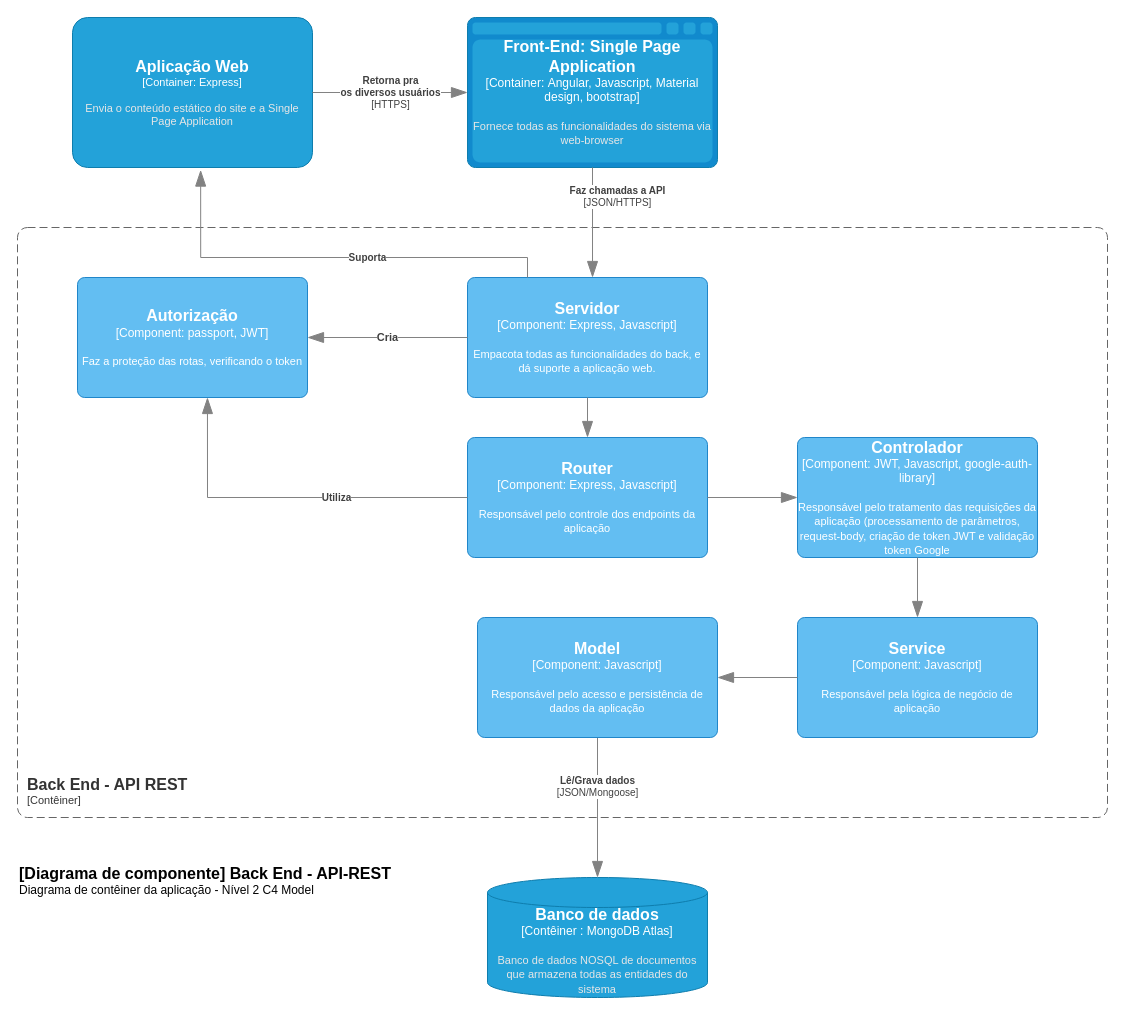
Before: page "Nível 3 - Componente Back End - API REST" (4 of 4) of projeto/documentacao/C4Model.drawio in adjamirgalvao/pucminas, a draw.io diagram. Source tidied: cells renumbered, new cells numbered last; positions are measured from the earlier drawing's top-left corner, leaving out a move shared by most shapes. Both pictures are drawn from the tidied source at 100%, with x=0, y=0 at pixel (17, 17).
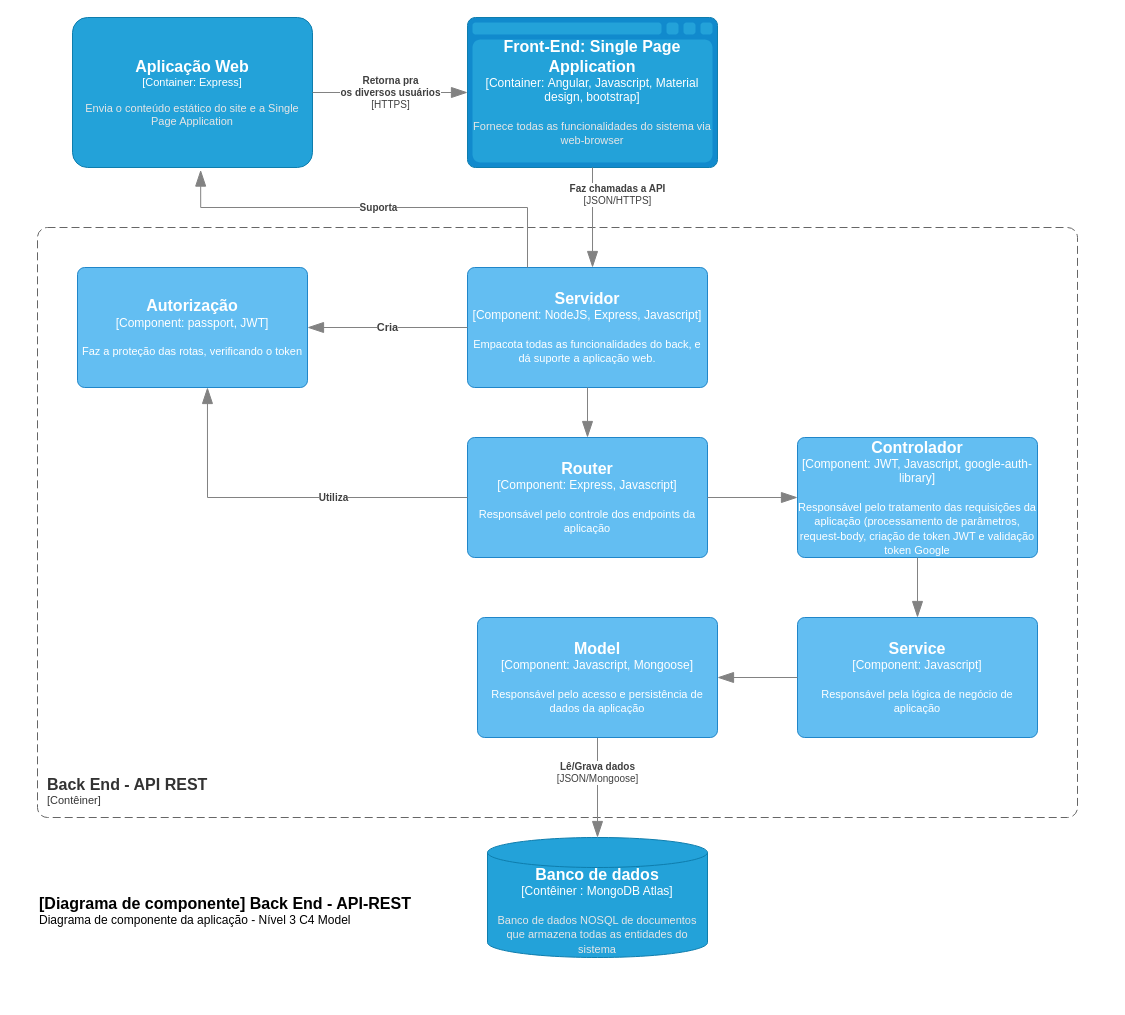
Above is the later version.

The change refers to these unchanged cells:
```xml
<object id="10" label="&lt;font style=&quot;font-size: 16px&quot;&gt;&lt;b&gt;%c4Name%&lt;/b&gt;&lt;/font&gt;&lt;div&gt;[%c4Type%: %c4Technology%]&lt;/div&gt;&lt;br&gt;&lt;div&gt;&lt;font style=&quot;font-size: 11px&quot;&gt;&lt;font color=&quot;#E6E6E6&quot;&gt;%c4Description%&lt;/font&gt;&lt;/div&gt;" c4Description="Envia o conteúdo estático do site e a Single Page Application" c4Name="Aplicação Web" c4Technology="Express" c4Type="Container" placeholders="1">
  <mxCell style="rounded=1;whiteSpace=wrap;html=1;fontSize=11;labelBackgroundColor=none;fillColor=#23A2D9;fontColor=#ffffff;align=center;arcSize=10;strokeColor=#0E7DAD;points=[[0.25,0,0],[0.5,0,0],[0.75,0,0],[1,0.25,0],[1,0.5,0],[1,0.75,0],[0.75,1,0],[0.5,1,0],[0.25,1,0],[0,0.75,0],[0,0.5,0],[0,0.25,0]];" parent="1" vertex="1">
    <mxGeometry x="55" width="240" height="150" as="geometry" />
  </mxCell>
</object>
```

Diff of the diagram source:
```diff
@@
-    <object id="2" label="&lt;font style=&quot;font-size: 16px&quot;&gt;&lt;b&gt;&lt;div style=&quot;text-align: left&quot;&gt;%c4Name%&lt;/div&gt;&lt;/b&gt;&lt;/font&gt;&lt;div style=&quot;text-align: left&quot;&gt;%c4Description%&lt;/div&gt;" c4Description="Diagrama de contêiner da aplicação - Nível 2 C4 Model" c4Name="[Diagrama de componente] Back End - API-REST" placeholders="1">
+    <object id="2" label="&lt;font style=&quot;font-size: 16px&quot;&gt;&lt;b&gt;&lt;div style=&quot;text-align: left&quot;&gt;%c4Name%&lt;/div&gt;&lt;/b&gt;&lt;/font&gt;&lt;div style=&quot;text-align: left&quot;&gt;%c4Description%&lt;/div&gt;" c4Description="Diagrama de componente da aplicação - Nível 3 C4 Model" c4Name="[Diagrama de componente] Back End - API-REST" placeholders="1">
       <mxCell style="text;html=1;strokeColor=none;fillColor=none;align=left;verticalAlign=top;whiteSpace=wrap;rounded=0;" parent="1" vertex="1">
-        <mxGeometry y="840" width="390" height="40" as="geometry" />
+        <mxGeometry x="20" y="870" width="390" height="40" as="geometry" />
       </mxCell>
     </object>
     <object id="3" label="&lt;font style=&quot;font-size: 16px&quot;&gt;&lt;b&gt;&lt;div style=&quot;text-align: left&quot;&gt;%c4Name%&lt;/div&gt;&lt;/b&gt;&lt;/font&gt;&lt;div style=&quot;text-align: left&quot;&gt;[%c4Application%]&lt;/div&gt;" c4Application="Contêiner" c4Name="Back End - API REST" placeholders="1">
       <mxCell style="rounded=1;fontSize=11;whiteSpace=wrap;html=1;dashed=1;arcSize=20;fillColor=none;strokeColor=#666666;fontColor=#333333;labelBackgroundColor=none;align=left;verticalAlign=bottom;labelBorderColor=none;spacingTop=0;spacing=10;dashPattern=8 4;perimeter=rectanglePerimeter;noLabel=0;labelPadding=0;absoluteArcSize=1;" parent="1" vertex="1">
-        <mxGeometry y="210" width="1090" height="590" as="geometry" />
+        <mxGeometry x="20" y="210" width="1040" height="590" as="geometry" />
       </mxCell>
     </object>
     <object id="4" label="&lt;font style=&quot;font-size: 16px&quot;&gt;&lt;b&gt;%c4Type%&lt;/b&gt;&lt;/font&gt;&lt;div&gt;[%c4Container%:&amp;nbsp;%c4Technology%]&lt;/div&gt;&lt;br&gt;&lt;div&gt;&lt;font style=&quot;font-size: 11px&quot;&gt;&lt;font color=&quot;#E6E6E6&quot;&gt;%c4Description%&lt;/font&gt;&lt;/div&gt;" c4Container="Contêiner " c4Description="Banco de dados NOSQL de documentos que armazena todas as entidades do sistema" c4Technology="MongoDB Atlas" c4Type="Banco de dados" placeholders="1">
       <mxCell style="shape=cylinder3;size=15;whiteSpace=wrap;html=1;boundedLbl=1;rounded=0;labelBackgroundColor=none;fillColor=#23A2D9;fontSize=12;fontColor=#ffffff;align=center;strokeColor=#0E7DAD;points=[[0.5,0,0],[1,0.25,0],[1,0.5,0],[1,0.75,0],[0.5,1,0],[0,0.75,0],[0,0.5,0],[0,0.25,0]];" parent="1" vertex="1">
-        <mxGeometry x="470" y="860" width="220" height="120" as="geometry" />
+        <mxGeometry x="470" y="820" width="220" height="120" as="geometry" />
       </mxCell>
     </object>
@@
-    <object id="8" label="&lt;font style=&quot;font-size: 16px&quot;&gt;&lt;b&gt;%c4Name%&lt;/b&gt;&lt;/font&gt;&lt;div&gt;[%c4Type%: %c4Technology%]&lt;/div&gt;&lt;br&gt;&lt;div&gt;&lt;font style=&quot;font-size: 11px&quot;&gt;%c4Description%&lt;/font&gt;&lt;/div&gt;" c4Description="Empacota todas as funcionalidades do back, e dá suporte a aplicação web." c4Name="Servidor" c4Technology="Express, Javascript" c4Type="Component" placeholders="1">
+    <object id="8" label="&lt;font style=&quot;font-size: 16px&quot;&gt;&lt;b&gt;%c4Name%&lt;/b&gt;&lt;/font&gt;&lt;div&gt;[%c4Type%: %c4Technology%]&lt;/div&gt;&lt;br&gt;&lt;div&gt;&lt;font style=&quot;font-size: 11px&quot;&gt;%c4Description%&lt;/font&gt;&lt;/div&gt;" c4Description="Empacota todas as funcionalidades do back, e dá suporte a aplicação web." c4Name="Servidor" c4Technology="NodeJS, Express, Javascript" c4Type="Component" placeholders="1">
       <mxCell style="rounded=1;whiteSpace=wrap;html=1;labelBackgroundColor=none;fillColor=#63BEF2;fontColor=#ffffff;align=center;arcSize=6;strokeColor=#2086C9;points=[[0.25,0,0],[0.5,0,0],[0.75,0,0],[1,0.25,0],[1,0.5,0],[1,0.75,0],[0.75,1,0],[0.5,1,0],[0.25,1,0],[0,0.75,0],[0,0.5,0],[0,0.25,0]];" parent="1" vertex="1">
-        <mxGeometry x="450" y="260" width="240" height="120" as="geometry" />
+        <mxGeometry x="450" y="250" width="240" height="120" as="geometry" />
       </mxCell>
     </object>
     <object id="9" label="&lt;font style=&quot;font-size: 16px&quot;&gt;&lt;b&gt;%c4Name%&lt;/b&gt;&lt;/font&gt;&lt;div&gt;[%c4Type%: %c4Technology%]&lt;/div&gt;&lt;br&gt;&lt;div&gt;&lt;font style=&quot;font-size: 11px&quot;&gt;%c4Description%&lt;/font&gt;&lt;/div&gt;" c4Description="Faz a proteção das rotas, verificando o token" c4Name="Autorização" c4Technology="passport, JWT" c4Type="Component" placeholders="1">
       <mxCell style="rounded=1;whiteSpace=wrap;html=1;labelBackgroundColor=none;fillColor=#63BEF2;fontColor=#ffffff;align=center;arcSize=6;strokeColor=#2086C9;points=[[0.25,0,0],[0.5,0,0],[0.75,0,0],[1,0.25,0],[1,0.5,0],[1,0.75,0],[0.75,1,0],[0.5,1,0],[0.25,1,0],[0,0.75,0],[0,0.5,0],[0,0.25,0]];" parent="1" vertex="1">
-        <mxGeometry x="60" y="260" width="230" height="120" as="geometry" />
+        <mxGeometry x="60" y="250" width="230" height="120" as="geometry" />
       </mxCell>
     </object>
@@
     <object id="16" label="&lt;div style=&quot;text-align: left&quot;&gt;&lt;div style=&quot;text-align: center&quot;&gt;&lt;b&gt;%c4Description%&lt;/b&gt;&lt;/div&gt;" c4Description="Suporta" placeholders="1">
       <mxCell style="endArrow=blockThin;html=1;fontSize=10;fontColor=#404040;strokeWidth=1;endFill=1;strokeColor=#828282;elbow=vertical;endSize=14;startSize=14;jumpStyle=arc;jumpSize=16;rounded=0;edgeStyle=orthogonalEdgeStyle;entryX=0.534;entryY=1.017;entryDx=0;entryDy=0;entryPerimeter=0;exitX=0.25;exitY=0;exitDx=0;exitDy=0;exitPerimeter=0;" parent="1" edge="1" source="8" target="10">
-        <mxGeometry x="-0.17" relative="1" as="geometry">
+        <mxGeometry x="-0.01" relative="1" as="geometry">
           <Array as="points">
-            <mxPoint x="510" y="240" />
-            <mxPoint x="183" y="240" />
+            <mxPoint x="510" y="190" />
+            <mxPoint x="183" y="190" />
           </Array>
+          <mxPoint x="1" as="offset" />
         </mxGeometry>
       </mxCell>
     </object>
@@
-    <object id="21" label="&lt;font style=&quot;font-size: 16px&quot;&gt;&lt;b&gt;%c4Name%&lt;/b&gt;&lt;/font&gt;&lt;div&gt;[%c4Type%: %c4Technology%]&lt;/div&gt;&lt;br&gt;&lt;div&gt;&lt;font style=&quot;font-size: 11px&quot;&gt;%c4Description%&lt;/font&gt;&lt;/div&gt;" c4Description="Responsável pelo acesso e persistência de dados da aplicação" c4Name="Model" c4Technology="Javascript" c4Type="Component" placeholders="1">
+    <object id="21" label="&lt;font style=&quot;font-size: 16px&quot;&gt;&lt;b&gt;%c4Name%&lt;/b&gt;&lt;/font&gt;&lt;div&gt;[%c4Type%: %c4Technology%]&lt;/div&gt;&lt;br&gt;&lt;div&gt;&lt;font style=&quot;font-size: 11px&quot;&gt;%c4Description%&lt;/font&gt;&lt;/div&gt;" c4Description="Responsável pelo acesso e persistência de dados da aplicação" c4Name="Model" c4Technology="Javascript, Mongoose" c4Type="Component" placeholders="1">
       <mxCell style="rounded=1;whiteSpace=wrap;html=1;labelBackgroundColor=none;fillColor=#63BEF2;fontColor=#ffffff;align=center;arcSize=6;strokeColor=#2086C9;points=[[0.25,0,0],[0.5,0,0],[0.75,0,0],[1,0.25,0],[1,0.5,0],[1,0.75,0],[0.75,1,0],[0.5,1,0],[0.25,1,0],[0,0.75,0],[0,0.5,0],[0,0.25,0]];" parent="1" vertex="1">
         <mxGeometry x="460" y="600" width="240" height="120" as="geometry" />
       </mxCell>
     </object>
```
